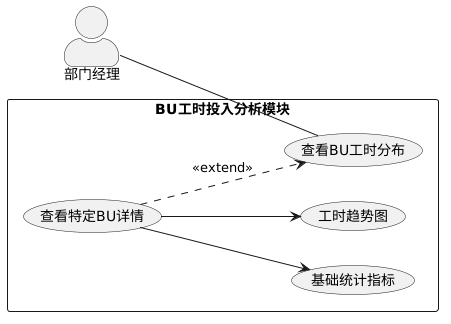
Before: imgs/usecase/部门投⼊到BU的⼯时分布用例图.png, a diagram exported from PlantUML (Moon-Knight1/SEU-Graduation-Thesis-Template).
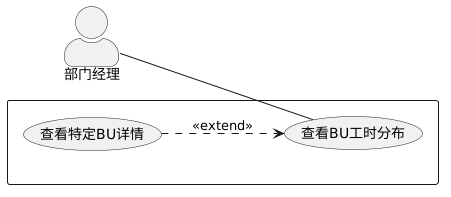
Above is the later version.

Change to the diagram source:
```diff
@@ -5,18 +5,13 @@
 
 actor "部门经理" as PMO
 
-rectangle "BU工时投入分析模块" {
+rectangle {
 
   usecase "查看BU工时分布" as ViewPie
   usecase "查看特定BU详情" as ViewDetail
 
-  usecase "基础统计指标" as ViewMetrics
-  usecase "工时趋势图" as ViewTrend
-
   PMO -- ViewPie
 
-  ViewDetail --> ViewMetrics
-  ViewDetail --> ViewTrend
   ViewDetail ..> ViewPie : <<extend>>
 }
 @enduml
```
